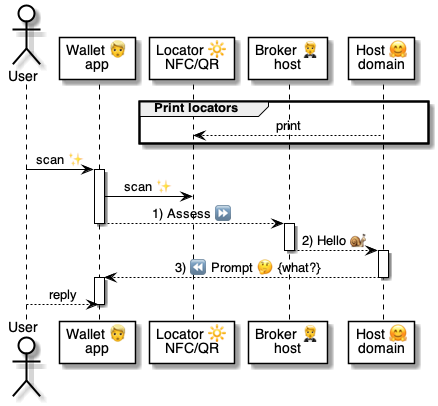
pollyweb-org/pollyweb-docs keeps this PlantUML diagram as 5 ⏩ Flows/90 🧑‍🦰👉 Wallets/15 👉🔆 Locators/.📎 Assets/⚙️🤗 Host QR.png. Above is the earlier version. Its source is kept beside it as 5 ⏩ Flows/90 🧑‍🦰👉 Wallets/15 👉🔆 Locators/.📎 Assets/⚙️🤗 Host QR.puml.
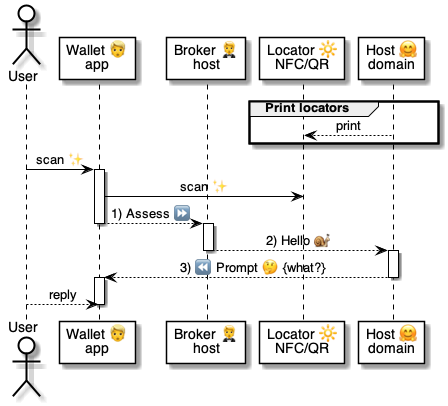
After the commit.

What changed in the source:
```diff
@@ -2,8 +2,8 @@
 
 actor User as user
 participant "Wallet 👱\napp" as wallet
+participant "Broker 🤵\nhost" as broker
 participant "Locator 🔆\nNFC/QR" as qr
-participant "Broker 🤵\nhost" as broker
 participant "Host 🤗\ndomain" as host
 
 
```
